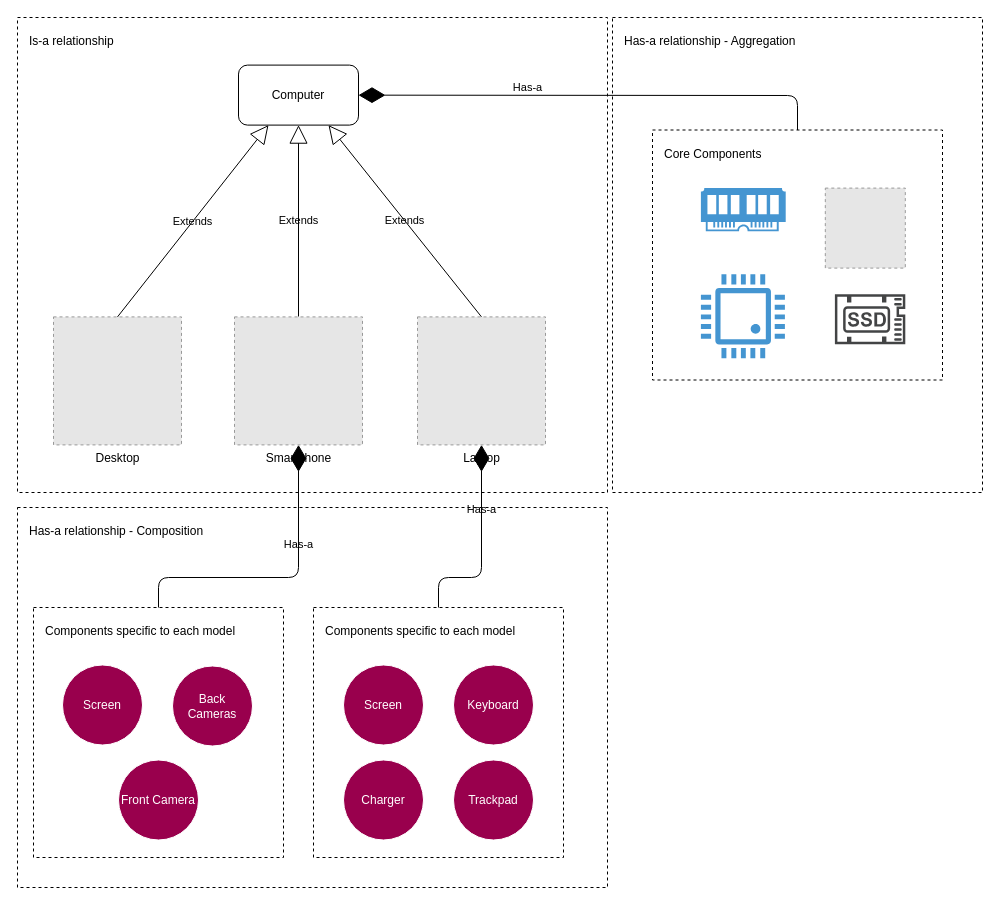
Above: page "aggregation" (3 of 4) of images/inheritance-association/inheritance-association.drawio in GabrielSlima/blog (draw.io), before the change. Source tidied: cells renumbered, new cells numbered last; positions are measured from the earlier drawing's top-left corner, leaving out a move shared by most shapes. Both pictures are drawn from the tidied source at 100%, with x=0, y=0 at pixel (17, 17). Pictures stored in the file or linked from it are replaced by grey dashed boxes.
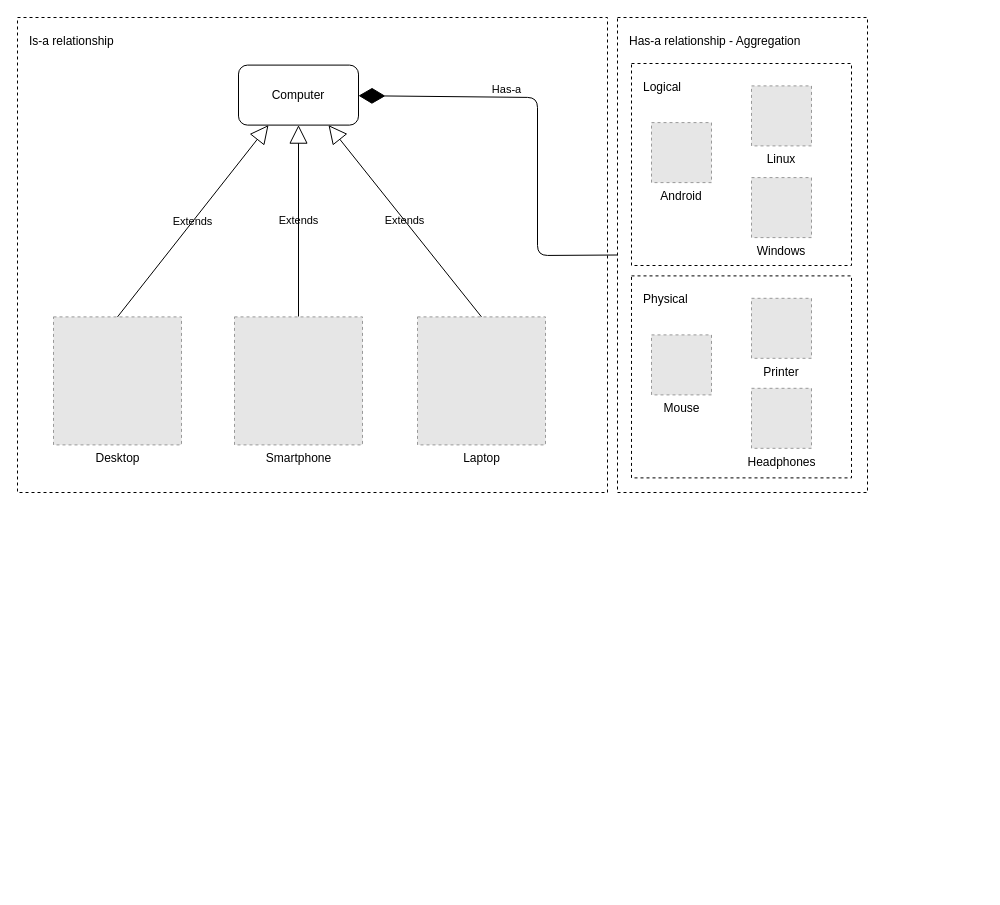
The same diagram, later.

Unchanged cells that the change refers to:
```xml
<mxCell id="9" value="Computer" style="rounded=1;whiteSpace=wrap;html=1;fillColor=none;" parent="1" vertex="1">
  <mxGeometry x="221" y="47.6" width="120" height="60" as="geometry" />
</mxCell>
<mxCell id="11" value="Smartphone" style="fillColor=#E6E6E6;strokeColor=#999999;dashed=1;html=1;verticalAlign=top;verticalLabelPosition=bottom;labelBackgroundColor=none;fontColor=#000000;" parent="1" vertex="1">
  <mxGeometry x="217" y="299.4" width="128" height="128" as="geometry" />
</mxCell>
<mxCell id="19" value="Laptop" style="fillColor=#E6E6E6;strokeColor=#999999;dashed=1;html=1;verticalAlign=top;verticalLabelPosition=bottom;labelBackgroundColor=none;fontColor=#000000;" parent="1" vertex="1">
  <mxGeometry x="400" y="299.4" width="128" height="128" as="geometry" />
</mxCell>
```

The edit, as a diff of the source:
```diff
@@
     <mxCell id="3" value="Has-a relationship - Aggregation" style="rounded=0;whiteSpace=wrap;html=1;fillColor=none;dashed=1;verticalAlign=top;align=left;spacingLeft=10;spacingTop=10;" parent="1" vertex="1">
-      <mxGeometry x="595" width="370" height="475" as="geometry" />
+      <mxGeometry x="600" width="250" height="475" as="geometry" />
     </mxCell>
-    <mxCell id="4" value="Core Components" style="rounded=0;whiteSpace=wrap;html=1;fillColor=none;dashed=1;verticalAlign=top;align=left;spacingLeft=10;spacingTop=10;" parent="1" vertex="1">
-      <mxGeometry x="635" y="112.5" width="290" height="250" as="geometry" />
+    <mxCell id="4" value="Logical" style="rounded=0;whiteSpace=wrap;html=1;fillColor=none;dashed=1;verticalAlign=top;align=left;spacingLeft=10;spacingTop=10;" parent="1" vertex="1">
+      <mxGeometry x="614" y="46" width="220" height="202" as="geometry" />
     </mxCell>
-    <mxCell id="5" style="shadow=0;dashed=0;html=1;strokeColor=none;fillColor=#4495D1;labelPosition=center;verticalLabelPosition=bottom;verticalAlign=top;align=center;shape=mxgraph.veeam.ram;fontColor=#000000;" parent="1" vertex="1">
-      <mxGeometry x="683.4" y="170.6" width="84.8" height="43.2" as="geometry" />
-    </mxCell>
-    <mxCell id="6" style="fillColor=#E6E6E6;strokeColor=#999999;dashed=1;html=1;verticalAlign=top;verticalLabelPosition=bottom;labelBackgroundColor=#ffffff;fontColor=#000000;" parent="1" vertex="1">
-      <mxGeometry x="807.8" y="170.6" width="80" height="80" as="geometry" />
-    </mxCell>
-    <mxCell id="7" style="shadow=0;dashed=0;html=1;strokeColor=none;fillColor=#434445;labelPosition=center;verticalLabelPosition=bottom;verticalAlign=top;align=center;shape=mxgraph.vvd.ssd;fontColor=#000000;" parent="1" vertex="1">
-      <mxGeometry x="817.4" y="276.8" width="70.4" height="50" as="geometry" />
-    </mxCell>
-    <mxCell id="8" style="shadow=0;dashed=0;html=1;strokeColor=none;fillColor=#4495D1;labelPosition=center;verticalLabelPosition=bottom;verticalAlign=top;align=center;shape=mxgraph.veeam.cpu;fontColor=#000000;" parent="1" vertex="1">
-      <mxGeometry x="683.4" y="256.8" width="84" height="84" as="geometry" />
-    </mxCell>
@@
-    <mxCell id="15" style="endArrow=diamondThin;endFill=1;endSize=24;html=1;fontColor=#000000;exitX=0.5;exitY=0;exitDx=0;exitDy=0;labelBackgroundColor=none;" parent="1" edge="1" source="4" target="9">
+    <mxCell id="15" style="endArrow=diamondThin;endFill=1;endSize=24;html=1;fontColor=#000000;labelBackgroundColor=none;exitX=0;exitY=0.5;exitDx=0;exitDy=0;" parent="1" edge="1" source="3" target="9">
       <mxGeometry relative="1" as="geometry">
         <Array as="points">
-          <mxPoint x="780" y="78" />
+          <mxPoint x="520" y="238" />
+          <mxPoint x="520" y="80" />
         </Array>
       </mxGeometry>
     </mxCell>
@@
-    <mxCell id="17" value="Has-a relationship - Composition" style="rounded=0;whiteSpace=wrap;html=1;fillColor=none;dashed=1;verticalAlign=top;align=left;spacingLeft=10;spacingTop=10;" parent="1" vertex="1">
-      <mxGeometry y="490" width="590" height="380" as="geometry" />
-    </mxCell>
-    <mxCell id="18" value="&lt;div&gt;Components specific to each model&lt;br&gt;&lt;/div&gt;" style="rounded=0;whiteSpace=wrap;html=1;fillColor=none;dashed=1;verticalAlign=top;align=left;spacingLeft=10;spacingTop=10;" parent="1" vertex="1">
-      <mxGeometry x="296" y="590" width="250" height="250" as="geometry" />
-    </mxCell>
@@
-    <mxCell id="20" value="Screen" style="ellipse;whiteSpace=wrap;html=1;fillColor=#99004D;fontColor=#FFFFFF;strokeColor=#FFFFFF;" parent="1" vertex="1">
-      <mxGeometry x="326" y="647.5" width="80" height="80" as="geometry" />
-    </mxCell>
-    <mxCell id="21" value="Keyboard" style="ellipse;whiteSpace=wrap;html=1;fillColor=#99004D;fontColor=#FFFFFF;strokeColor=#FFFFFF;" parent="1" vertex="1">
-      <mxGeometry x="436" y="647.5" width="80" height="80" as="geometry" />
-    </mxCell>
-    <mxCell id="22" value="Charger" style="ellipse;whiteSpace=wrap;html=1;fillColor=#99004D;fontColor=#FFFFFF;strokeColor=#FFFFFF;" parent="1" vertex="1">
-      <mxGeometry x="326" y="742.5" width="80" height="80" as="geometry" />
-    </mxCell>
-    <mxCell id="23" value="Trackpad" style="ellipse;whiteSpace=wrap;html=1;fillColor=#99004D;fontColor=#FFFFFF;strokeColor=#FFFFFF;" parent="1" vertex="1">
-      <mxGeometry x="436" y="742.5" width="80" height="80" as="geometry" />
-    </mxCell>
-    <mxCell id="24" style="endArrow=diamondThin;endFill=1;endSize=24;html=1;fontColor=#000000;labelBackgroundColor=none;entryX=0.5;entryY=1;entryDx=0;entryDy=0;exitX=0.5;exitY=0;exitDx=0;exitDy=0;" parent="1" edge="1" source="18" target="19">
-      <mxGeometry relative="1" as="geometry">
-        <Array as="points">
-          <mxPoint x="421" y="560" />
-          <mxPoint x="464" y="560" />
-        </Array>
-      </mxGeometry>
-    </mxCell>
-    <mxCell id="25" value="Has-a" style="edgeLabel;html=1;align=center;verticalAlign=middle;fontColor=#000000;labelBackgroundColor=none;" parent="24" vertex="1">
-      <mxGeometry x="0.29" y="1" relative="1" as="geometry">
-        <mxPoint y="-9" as="offset" />
-      </mxGeometry>
-    </mxCell>
-    <mxCell id="26" value="&lt;div&gt;Components specific to each model&lt;br&gt;&lt;/div&gt;" style="rounded=0;whiteSpace=wrap;html=1;fillColor=none;dashed=1;verticalAlign=top;align=left;spacingLeft=10;spacingTop=10;" parent="1" vertex="1">
-      <mxGeometry x="16" y="590" width="250" height="250" as="geometry" />
-    </mxCell>
-    <mxCell id="27" value="Screen" style="ellipse;whiteSpace=wrap;html=1;fillColor=#99004D;fontColor=#FFFFFF;strokeColor=#FFFFFF;" parent="1" vertex="1">
-      <mxGeometry x="45" y="647.5" width="80" height="80" as="geometry" />
-    </mxCell>
-    <mxCell id="28" value="Back Cameras" style="ellipse;whiteSpace=wrap;html=1;fillColor=#99004D;fontColor=#FFFFFF;strokeColor=#FFFFFF;" parent="1" vertex="1">
-      <mxGeometry x="155" y="648.5" width="80" height="80" as="geometry" />
-    </mxCell>
-    <mxCell id="29" value="Front Camera" style="ellipse;whiteSpace=wrap;html=1;fillColor=#99004D;fontColor=#FFFFFF;strokeColor=#FFFFFF;" parent="1" vertex="1">
-      <mxGeometry x="101" y="742.5" width="80" height="80" as="geometry" />
-    </mxCell>
-    <mxCell id="30" style="endArrow=diamondThin;endFill=1;endSize=24;html=1;fontColor=#000000;labelBackgroundColor=none;entryX=0.5;entryY=1;entryDx=0;entryDy=0;exitX=0.5;exitY=0;exitDx=0;exitDy=0;" parent="1" edge="1" source="26" target="11">
-      <mxGeometry relative="1" as="geometry">
-        <Array as="points">
-          <mxPoint x="141" y="560" />
-          <mxPoint x="281" y="560" />
-        </Array>
-      </mxGeometry>
-    </mxCell>
-    <mxCell id="31" value="Has-a" style="edgeLabel;html=1;align=center;verticalAlign=middle;fontColor=#000000;labelBackgroundColor=none;" parent="30" vertex="1">
-      <mxGeometry x="0.29" y="1" relative="1" as="geometry">
-        <mxPoint y="-9" as="offset" />
-      </mxGeometry>
-    </mxCell>
+    <mxCell id="32" style="edgeStyle=orthogonalEdgeStyle;rounded=0;orthogonalLoop=1;jettySize=auto;html=1;entryX=0.5;entryY=1;entryDx=0;entryDy=0;" parent="1" edge="1">
+      <mxGeometry relative="1" as="geometry">
+        <mxPoint x="832" y="371.4" as="sourcePoint" />
+        <Array as="points">
+          <mxPoint x="882" y="371" />
+        </Array>
+      </mxGeometry>
+    </mxCell>
+    <mxCell id="33" style="edgeStyle=orthogonalEdgeStyle;rounded=0;orthogonalLoop=1;jettySize=auto;html=1;" parent="1" edge="1">
+      <mxGeometry relative="1" as="geometry">
+        <mxPoint x="832" y="371.4" as="sourcePoint" />
+      </mxGeometry>
+    </mxCell>
+    <mxCell id="34" style="edgeStyle=orthogonalEdgeStyle;rounded=0;orthogonalLoop=1;jettySize=auto;html=1;" parent="1" edge="1">
+      <mxGeometry relative="1" as="geometry">
+        <mxPoint x="702" y="324" as="targetPoint" />
+      </mxGeometry>
+    </mxCell>
+    <mxCell id="35" style="edgeStyle=orthogonalEdgeStyle;rounded=0;orthogonalLoop=1;jettySize=auto;html=1;" parent="1" edge="1">
+      <mxGeometry relative="1" as="geometry">
+        <mxPoint x="748" y="371.4" as="sourcePoint" />
+      </mxGeometry>
+    </mxCell>
+    <mxCell id="36" value="Physical" style="rounded=0;whiteSpace=wrap;html=1;fillColor=none;dashed=1;verticalAlign=top;align=left;spacingLeft=10;spacingTop=10;" parent="1" vertex="1">
+      <mxGeometry x="614" y="258.4" width="220" height="202" as="geometry" />
+    </mxCell>
+    <mxCell id="37" value="Android" style="fillColor=#E6E6E6;strokeColor=#999999;dashed=1;verticalLabelPosition=bottom;labelBackgroundColor=none;verticalAlign=top;" parent="1" vertex="1">
+      <mxGeometry x="634" y="105.1" width="60" height="60" as="geometry" />
+    </mxCell>
+    <mxCell id="38" value="Linux" style="fillColor=#E6E6E6;strokeColor=#999999;dashed=1;verticalLabelPosition=bottom;labelBackgroundColor=none;verticalAlign=top;" parent="1" vertex="1">
+      <mxGeometry x="734" y="68.4" width="60" height="60" as="geometry" />
+    </mxCell>
+    <mxCell id="39" value="Windows" style="fillColor=#E6E6E6;strokeColor=#999999;dashed=1;verticalLabelPosition=bottom;labelBackgroundColor=none;verticalAlign=top;" parent="1" vertex="1">
+      <mxGeometry x="734" y="160.1" width="60" height="60" as="geometry" />
+    </mxCell>
+    <mxCell id="40" value="Mouse" style="fillColor=#E6E6E6;strokeColor=#999999;dashed=1;html=1;verticalAlign=top;verticalLabelPosition=bottom;labelBackgroundColor=none;" parent="1" vertex="1">
+      <mxGeometry x="634" y="317.4" width="60" height="60" as="geometry" />
+    </mxCell>
+    <mxCell id="41" value="Printer" style="fillColor=#E6E6E6;strokeColor=#999999;dashed=1;verticalLabelPosition=bottom;labelBackgroundColor=none;verticalAlign=top;" parent="1" vertex="1">
+      <mxGeometry x="734" y="280.8" width="60" height="60" as="geometry" />
+    </mxCell>
+    <mxCell id="42" value="Headphones" style="fillColor=#E6E6E6;strokeColor=#999999;dashed=1;html=1;verticalAlign=top;verticalLabelPosition=bottom;labelBackgroundColor=none;" parent="1" vertex="1">
+      <mxGeometry x="734" y="370.8" width="60" height="60" as="geometry" />
+    </mxCell>
```
